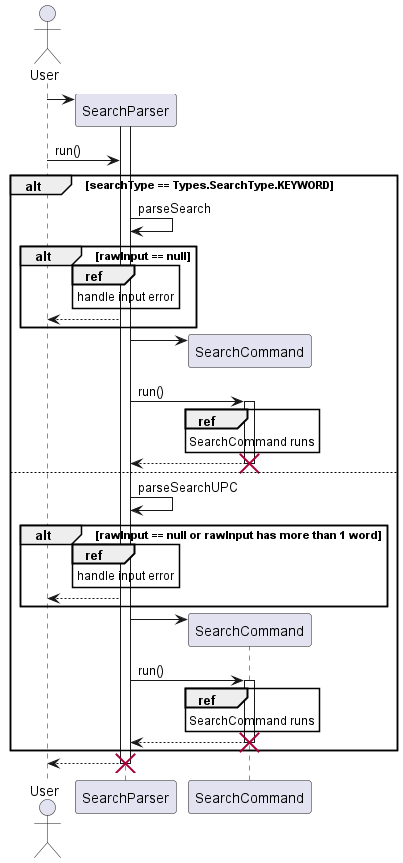
nus-cs2113-AY2223S2/tp keeps this PlantUML diagram as docs/UML/Search/SearchSequence.png. Above is the earlier version. The source it was exported from:
```plantuml
@startuml

actor User
participant SearchParser
User -> SearchParser **
activate SearchParser
User -> SearchParser: run()

alt searchType == Types.SearchType.KEYWORD
    SearchParser -> SearchParser: parseSearch
        alt rawInput == null
            ref over SearchParser
                handle input error
            end ref
            SearchParser --> User
        end
        SearchParser -> SearchCommand ** :
        SearchParser -> SearchCommand ++ : run()
        ref over SearchCommand
            SearchCommand runs
        end ref
        SearchCommand --> SearchParser
        deactivate SearchCommand
        destroy SearchCommand
else
    SearchParser -> SearchParser: parseSearchUPC
        alt rawInput == null or rawInput has more than 1 word
            ref over SearchParser
                handle input error
            end ref
            SearchParser --> User
        end
        SearchParser -> SearchCommand ** :
        SearchParser -> SearchCommand ++ : run()
        ref over SearchCommand
            SearchCommand runs
        end ref
        SearchCommand --> SearchParser
        deactivate SearchCommand
        destroy SearchCommand
end
return
destroy SearchParser
@enduml
```
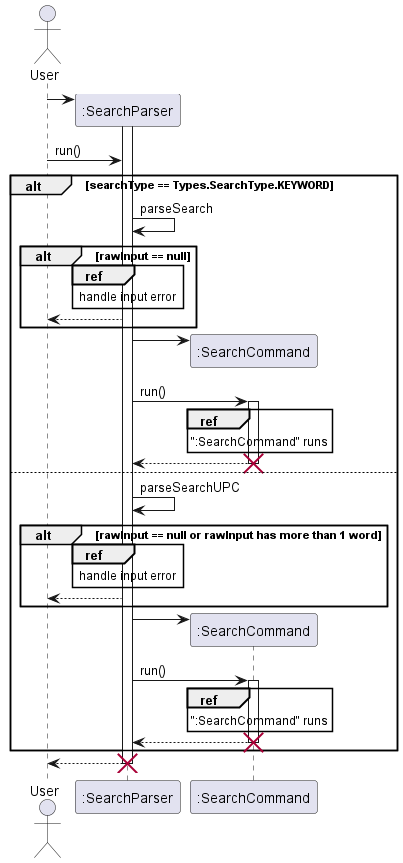
Above is the later version.

Diff of the diagram source:
```diff
@@ -1,44 +1,44 @@
 @startuml
 
 actor User
-participant SearchParser
-User -> SearchParser **
-activate SearchParser
-User -> SearchParser: run()
+participant ":SearchParser"
+User -> ":SearchParser" **
+activate ":SearchParser"
+User -> ":SearchParser": run()
 
 alt searchType == Types.SearchType.KEYWORD
-    SearchParser -> SearchParser: parseSearch
+    ":SearchParser" -> ":SearchParser": parseSearch
         alt rawInput == null
-            ref over SearchParser
+            ref over ":SearchParser"
                 handle input error
             end ref
-            SearchParser --> User
+            ":SearchParser" --> User
         end
-        SearchParser -> SearchCommand ** :
-        SearchParser -> SearchCommand ++ : run()
-        ref over SearchCommand
-            SearchCommand runs
+        ":SearchParser" -> ":SearchCommand" ** :
+        ":SearchParser" -> ":SearchCommand" ++ : run()
+        ref over ":SearchCommand"
+            ":SearchCommand" runs
         end ref
-        SearchCommand --> SearchParser
-        deactivate SearchCommand
-        destroy SearchCommand
+        ":SearchCommand" --> ":SearchParser"
+        deactivate ":SearchCommand"
+        destroy ":SearchCommand"
 else
-    SearchParser -> SearchParser: parseSearchUPC
+    ":SearchParser" -> ":SearchParser": parseSearchUPC
         alt rawInput == null or rawInput has more than 1 word
-            ref over SearchParser
+            ref over ":SearchParser"
                 handle input error
             end ref
-            SearchParser --> User
+            ":SearchParser" --> User
         end
-        SearchParser -> SearchCommand ** :
-        SearchParser -> SearchCommand ++ : run()
-        ref over SearchCommand
-            SearchCommand runs
+        ":SearchParser" -> ":SearchCommand" ** :
+        ":SearchParser" -> ":SearchCommand" ++ : run()
+        ref over ":SearchCommand"
+            ":SearchCommand" runs
         end ref
-        SearchCommand --> SearchParser
-        deactivate SearchCommand
-        destroy SearchCommand
+        ":SearchCommand" --> ":SearchParser"
+        deactivate ":SearchCommand"
+        destroy ":SearchCommand"
 end
 return
-destroy SearchParser
+destroy ":SearchParser"
 @enduml
```
